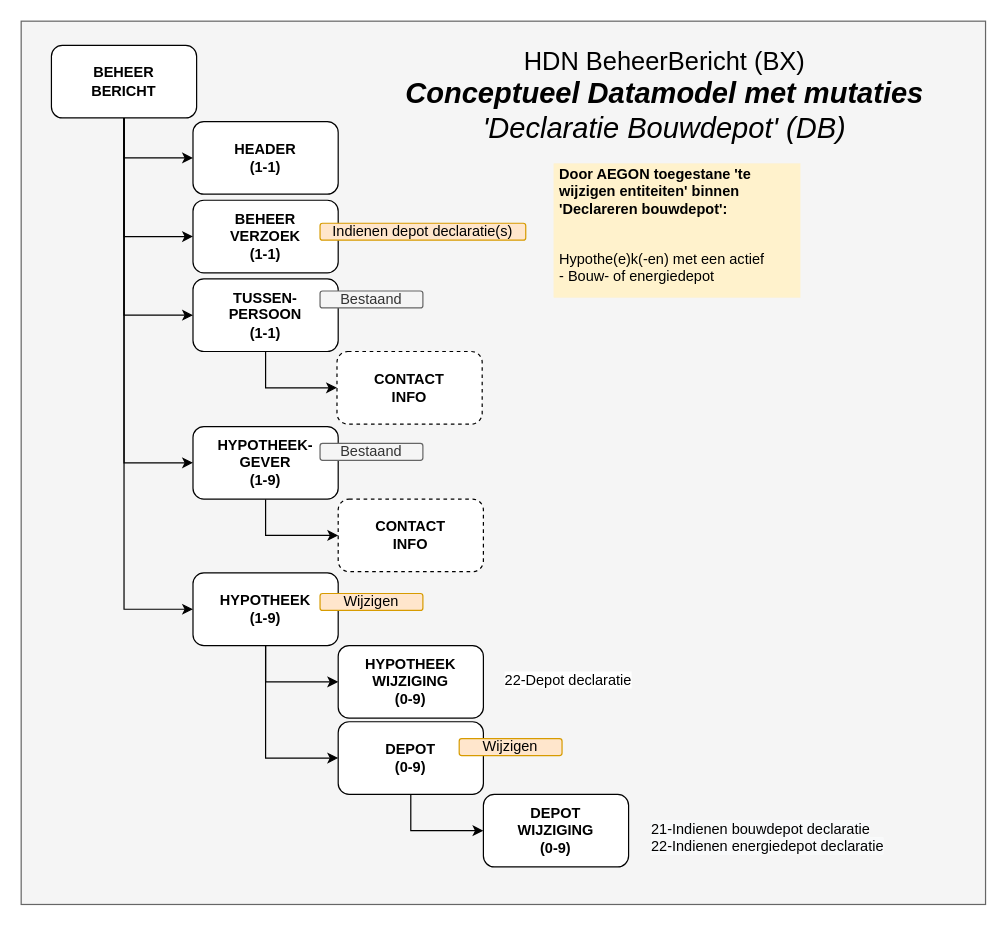
Above: page "DataModel DB met mutaties" (2 of 5) of HDN_BX_MM_BouwdepotDeclaratie.drawio in luchthandel/diagrams (draw.io), before the change. Source tidied: cells renumbered, new cells numbered last; positions are measured from the earlier drawing's top-left corner, leaving out a move shared by most shapes. Both pictures are drawn from the tidied source at 121%, with x=0, y=0 at pixel (21, 21).
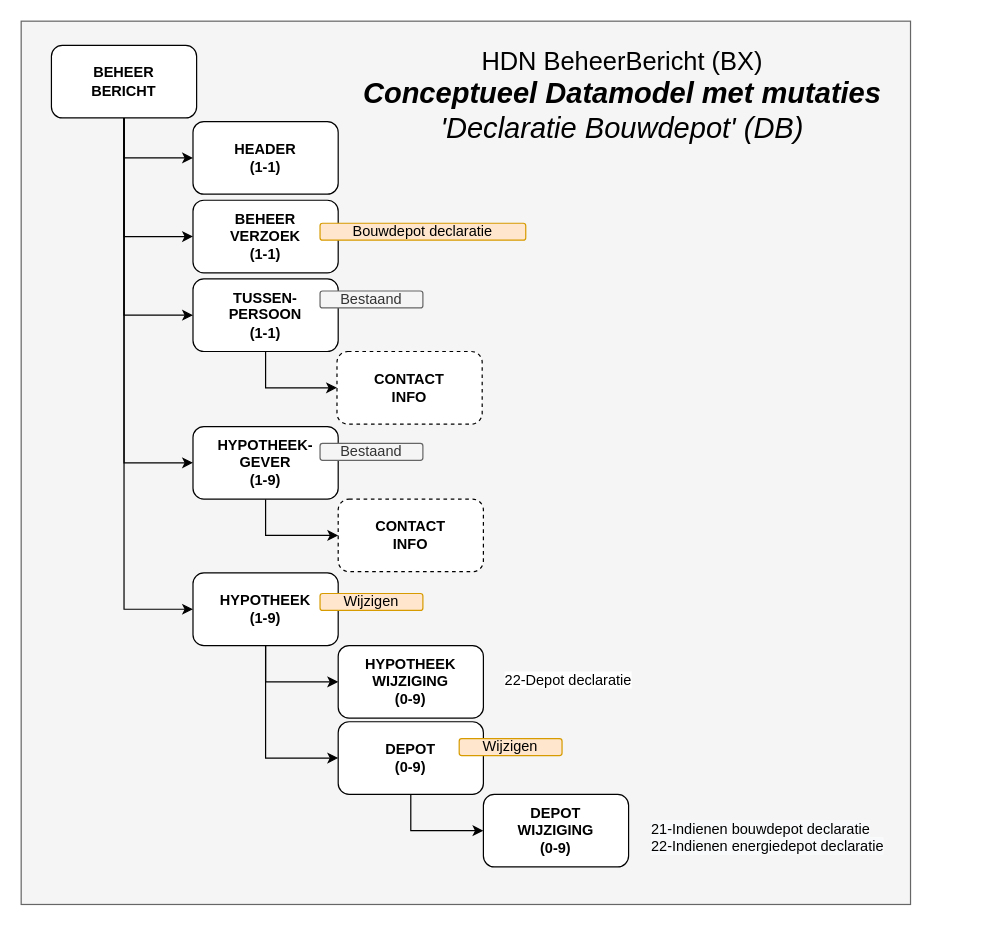
The same diagram, later.

The edit, as a diff of the source:
```diff
@@
     <mxCell id="2" style="rounded=0;whiteSpace=wrap;html=1;fillColor=#f5f5f5;strokeColor=#666666;fontColor=#333333;labelBackgroundColor=none;" parent="1" vertex="1">
-      <mxGeometry width="797" height="730" as="geometry" />
+      <mxGeometry width="735" height="730" as="geometry" />
     </mxCell>
@@
-    <mxCell id="23" value="&lt;span style=&quot;font-weight: 400&quot;&gt;Indienen depot declaratie(s)&lt;/span&gt;" style="rounded=1;whiteSpace=wrap;html=1;fontStyle=1;fillColor=#ffe6cc;strokeColor=#d79b00;" parent="1" vertex="1">
+    <mxCell id="23" value="&lt;span style=&quot;font-weight: 400&quot;&gt;Bouwdepot declaratie&lt;/span&gt;" style="rounded=1;whiteSpace=wrap;html=1;fontStyle=1;fillColor=#ffe6cc;strokeColor=#d79b00;" parent="1" vertex="1">
       <mxGeometry x="247" y="167" width="170" height="14" as="geometry" />
     </mxCell>
@@
     <mxCell id="31" value="&lt;font style=&quot;font-size: 21px&quot;&gt;HDN BeheerBericht (BX)&lt;br&gt;&lt;/font&gt;&lt;span style=&quot;font-size: 24px&quot;&gt;&lt;i&gt;&lt;b&gt;Conceptueel Datamodel met mutaties&lt;/b&gt;&lt;br&gt;'Declaratie Bouwdepot' (DB)&lt;br&gt;&lt;/i&gt;&lt;/span&gt;" style="text;html=1;strokeColor=none;fillColor=none;align=center;verticalAlign=middle;whiteSpace=wrap;rounded=0;" parent="1" vertex="1">
-      <mxGeometry x="302" y="15" width="460" height="93" as="geometry" />
+      <mxGeometry x="267" y="15" width="460" height="93" as="geometry" />
     </mxCell>
-    <mxCell id="32" value="&lt;p&gt;&lt;b&gt;Door AEGON toegestane 'te wijzigen entiteiten' binnen 'Declareren bouwdepot':&lt;/b&gt;&lt;/p&gt;&lt;p&gt;&lt;b&gt;&lt;br&gt;&lt;/b&gt;Hypothe(e)k(-en) met een actief&lt;br&gt;- Bouw- of energiedepot&lt;/p&gt;" style="text;html=1;fillColor=#fff2cc;spacing=5;spacingTop=-20;whiteSpace=wrap;overflow=hidden;rounded=0;verticalAlign=top;" parent="1" vertex="1">
-      <mxGeometry x="440" y="117.5" width="204" height="111" as="geometry" />
-    </mxCell>
```
